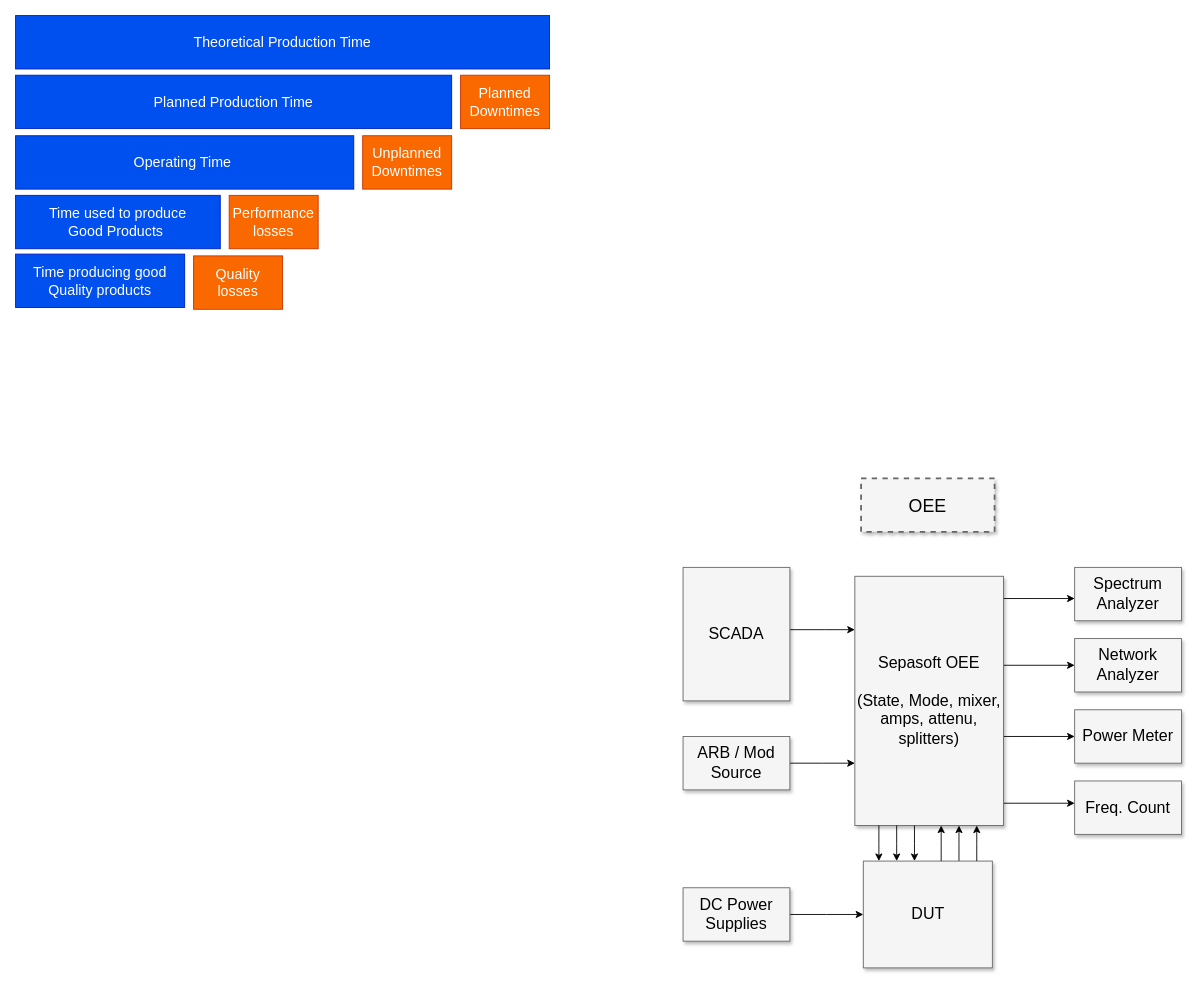
IlScottlI/docs keeps this draw.io diagram as OEE.drawio. Above is the earlier version. Source tidied: cells renumbered, new cells numbered last; positions are measured from the earlier drawing's top-left corner, leaving out a move shared by most shapes. Both pictures are drawn from the tidied source at 89%, with x=0, y=0 at pixel (15, 15).
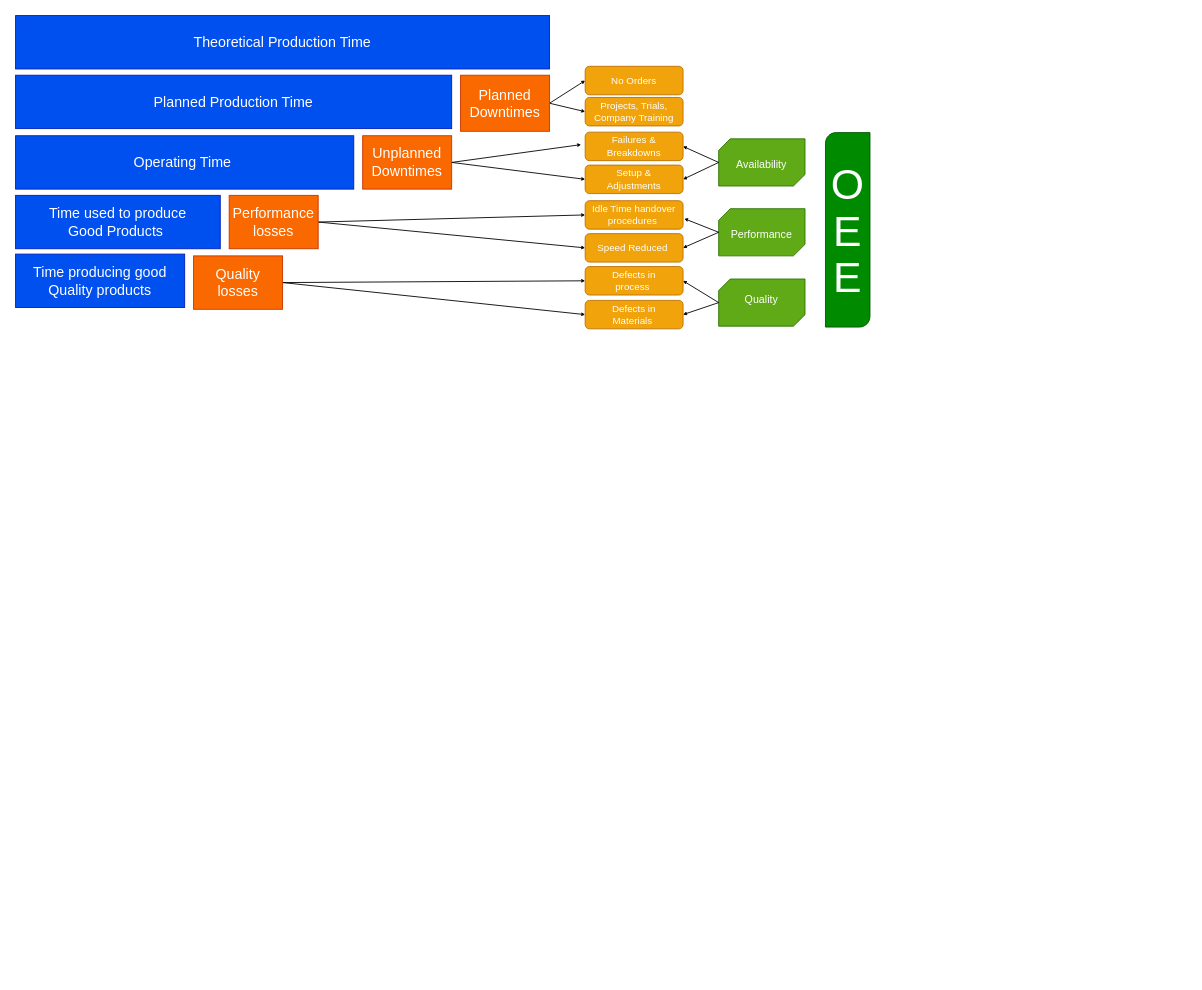
The same page after the edit.

Unchanged cells that the change refers to:
```xml
<mxCell id="31" value="Unplanned Downtimes" style="rounded=0;whiteSpace=wrap;html=1;fontSize=16;fillColor=#fa6800;strokeColor=#C73500;fontColor=#FFFFFF;" parent="1" vertex="1">
  <mxGeometry x="390" y="135" width="100" height="60" as="geometry" />
</mxCell>
<mxCell id="32" value="Performance losses" style="rounded=0;whiteSpace=wrap;html=1;fontSize=16;fillColor=#fa6800;strokeColor=#C73500;fontColor=#FFFFFF;" parent="1" vertex="1">
  <mxGeometry x="240" y="202" width="100" height="60" as="geometry" />
</mxCell>
<mxCell id="33" value="Quality losses" style="rounded=0;whiteSpace=wrap;html=1;fontSize=16;fillColor=#fa6800;strokeColor=#C73500;fontColor=#FFFFFF;" parent="1" vertex="1">
  <mxGeometry x="200" y="270" width="100" height="60" as="geometry" />
</mxCell>
```

Diff of the diagram source:
```diff
@@
-    <mxCell id="2" value="OEE" style="whiteSpace=wrap;html=1;shadow=1;fontSize=20;fillColor=#f5f5f5;strokeColor=#666666;strokeWidth=2;dashed=1;" parent="1" vertex="1">
-      <mxGeometry x="950" y="520" width="150" height="60" as="geometry" />
-    </mxCell>
-    <mxCell id="3" style="edgeStyle=elbowEdgeStyle;rounded=0;html=1;startArrow=none;startFill=0;jettySize=auto;fontSize=18;elbow=vertical;" parent="1" edge="1" source="8" target="9">
-      <mxGeometry relative="1" as="geometry" />
-    </mxCell>
-    <mxCell id="4" style="edgeStyle=elbowEdgeStyle;rounded=0;html=1;startArrow=none;startFill=0;jettySize=auto;fontSize=18;elbow=vertical;" parent="1" edge="1" source="8" target="10">
-      <mxGeometry relative="1" as="geometry" />
-    </mxCell>
-    <mxCell id="5" style="edgeStyle=elbowEdgeStyle;rounded=0;html=1;startArrow=none;startFill=0;jettySize=auto;fontSize=18;elbow=vertical;" parent="1" edge="1" source="8" target="11">
-      <mxGeometry relative="1" as="geometry" />
-    </mxCell>
-    <mxCell id="6" style="edgeStyle=elbowEdgeStyle;rounded=0;html=1;startArrow=none;startFill=0;jettySize=auto;fontSize=18;elbow=vertical;" parent="1" edge="1" source="8" target="12">
-      <mxGeometry relative="1" as="geometry" />
-    </mxCell>
-    <mxCell id="7" style="edgeStyle=elbowEdgeStyle;rounded=0;html=1;startArrow=none;startFill=0;jettySize=auto;fontSize=18;" parent="1" edge="1" source="17" target="8">
-      <mxGeometry relative="1" as="geometry">
-        <Array as="points">
-          <mxPoint x="1060" y="930" />
-        </Array>
-      </mxGeometry>
-    </mxCell>
-    <mxCell id="8" value="Sepasoft OEE&lt;div&gt;&lt;br&gt;&lt;/div&gt;&lt;div&gt;(State, Mode, mixer, amps, attenu, splitters)&lt;/div&gt;" style="whiteSpace=wrap;html=1;shadow=1;fontSize=18;fillColor=#f5f5f5;strokeColor=#666666;" parent="1" vertex="1">
-      <mxGeometry x="943" y="630" width="167" height="280" as="geometry" />
-    </mxCell>
-    <mxCell id="9" value="Spectrum Analyzer" style="whiteSpace=wrap;html=1;shadow=1;fontSize=18;fillColor=#f5f5f5;strokeColor=#666666;" parent="1" vertex="1">
-      <mxGeometry x="1190" y="620" width="120" height="60" as="geometry" />
-    </mxCell>
-    <mxCell id="10" value="Network Analyzer" style="whiteSpace=wrap;html=1;shadow=1;fontSize=18;fillColor=#f5f5f5;strokeColor=#666666;" parent="1" vertex="1">
-      <mxGeometry x="1190" y="700" width="120" height="60" as="geometry" />
-    </mxCell>
-    <mxCell id="11" value="Power Meter" style="whiteSpace=wrap;html=1;shadow=1;fontSize=18;fillColor=#f5f5f5;strokeColor=#666666;" parent="1" vertex="1">
-      <mxGeometry x="1190" y="780" width="120" height="60" as="geometry" />
-    </mxCell>
-    <mxCell id="12" value="Freq. Count" style="whiteSpace=wrap;html=1;shadow=1;fontSize=18;fillColor=#f5f5f5;strokeColor=#666666;" parent="1" vertex="1">
-      <mxGeometry x="1190" y="860" width="120" height="60" as="geometry" />
-    </mxCell>
-    <mxCell id="13" style="edgeStyle=elbowEdgeStyle;rounded=0;html=1;startArrow=none;startFill=0;jettySize=auto;fontSize=18;elbow=vertical;" parent="1" edge="1" source="14" target="8">
-      <mxGeometry relative="1" as="geometry">
-        <Array as="points">
-          <mxPoint x="910" y="690" />
-        </Array>
-      </mxGeometry>
-    </mxCell>
-    <mxCell id="14" value="SCADA" style="whiteSpace=wrap;html=1;shadow=1;fontSize=18;fillColor=#f5f5f5;strokeColor=#666666;" parent="1" vertex="1">
-      <mxGeometry x="750" y="620" width="120" height="150" as="geometry" />
-    </mxCell>
-    <mxCell id="15" style="edgeStyle=elbowEdgeStyle;rounded=0;html=1;startArrow=none;startFill=0;jettySize=auto;fontSize=18;elbow=vertical;" parent="1" edge="1" source="16" target="8">
-      <mxGeometry relative="1" as="geometry" />
-    </mxCell>
-    <mxCell id="16" value="ARB / Mod Source" style="whiteSpace=wrap;html=1;shadow=1;fontSize=18;fillColor=#f5f5f5;strokeColor=#666666;" parent="1" vertex="1">
-      <mxGeometry x="750" y="810" width="120" height="60" as="geometry" />
-    </mxCell>
-    <mxCell id="17" value="DUT" style="whiteSpace=wrap;html=1;shadow=1;fontSize=18;fillColor=#f5f5f5;strokeColor=#666666;" parent="1" vertex="1">
-      <mxGeometry x="952.5" y="950" width="145" height="120" as="geometry" />
-    </mxCell>
-    <mxCell id="18" style="edgeStyle=elbowEdgeStyle;rounded=0;html=1;startArrow=none;startFill=0;jettySize=auto;fontSize=18;elbow=vertical;" parent="1" edge="1" source="19" target="17">
-      <mxGeometry relative="1" as="geometry" />
-    </mxCell>
-    <mxCell id="19" value="DC Power Supplies" style="whiteSpace=wrap;html=1;shadow=1;fontSize=18;fillColor=#f5f5f5;strokeColor=#666666;" parent="1" vertex="1">
-      <mxGeometry x="750" y="980" width="120" height="60" as="geometry" />
-    </mxCell>
-    <mxCell id="20" style="edgeStyle=elbowEdgeStyle;rounded=0;html=1;startArrow=none;startFill=0;jettySize=auto;fontSize=18;" parent="1" edge="1" source="17" target="8">
-      <mxGeometry relative="1" as="geometry">
-        <Array as="points">
-          <mxPoint x="1080" y="930" />
-          <mxPoint x="1060" y="930" />
-        </Array>
-      </mxGeometry>
-    </mxCell>
-    <mxCell id="21" style="edgeStyle=elbowEdgeStyle;rounded=0;html=1;startArrow=none;startFill=0;jettySize=auto;orthogonalLoop=1;fontSize=18;" parent="1" edge="1">
-      <mxGeometry relative="1" as="geometry">
-        <mxPoint x="1040" y="950" as="sourcePoint" />
-        <mxPoint x="1040" y="910" as="targetPoint" />
-        <Array as="points">
-          <mxPoint x="1040" y="930" />
-          <mxPoint x="1040" y="930" />
-        </Array>
-      </mxGeometry>
-    </mxCell>
-    <mxCell id="22" style="edgeStyle=elbowEdgeStyle;rounded=0;html=1;startArrow=none;startFill=0;jettySize=auto;orthogonalLoop=1;fontSize=18;" parent="1" edge="1">
-      <mxGeometry relative="1" as="geometry">
-        <mxPoint x="1010" y="910" as="sourcePoint" />
-        <mxPoint x="1010" y="950" as="targetPoint" />
-        <Array as="points">
-          <mxPoint x="1010" y="930" />
-          <mxPoint x="1040" y="940" />
-        </Array>
-      </mxGeometry>
-    </mxCell>
-    <mxCell id="23" style="edgeStyle=elbowEdgeStyle;rounded=0;html=1;startArrow=none;startFill=0;jettySize=auto;orthogonalLoop=1;fontSize=18;" parent="1" edge="1">
-      <mxGeometry relative="1" as="geometry">
-        <mxPoint x="990" y="910" as="sourcePoint" />
-        <mxPoint x="990" y="950" as="targetPoint" />
-        <Array as="points">
-          <mxPoint x="990" y="930" />
-          <mxPoint x="1020" y="940" />
-        </Array>
-      </mxGeometry>
-    </mxCell>
-    <mxCell id="24" style="edgeStyle=elbowEdgeStyle;rounded=0;html=1;startArrow=none;startFill=0;jettySize=auto;orthogonalLoop=1;fontSize=18;" parent="1" edge="1">
-      <mxGeometry relative="1" as="geometry">
-        <mxPoint x="970" y="910" as="sourcePoint" />
-        <mxPoint x="970" y="950" as="targetPoint" />
-        <Array as="points">
-          <mxPoint x="970" y="930" />
-          <mxPoint x="1000" y="940" />
-        </Array>
-      </mxGeometry>
-    </mxCell>
@@
+    <mxCell id="34" style="edgeStyle=none;rounded=0;jettySize=auto;html=1;exitX=1;exitY=0.5;exitDx=0;exitDy=0;entryX=0;entryY=0.5;entryDx=0;entryDy=0;fontSize=12;startSize=2;endSize=2;" parent="1" edge="1" source="30" target="41">
+      <mxGeometry relative="1" as="geometry" />
+    </mxCell>
+    <mxCell id="35" style="edgeStyle=none;shape=connector;rounded=0;jettySize=auto;html=1;exitX=1;exitY=0.5;exitDx=0;exitDy=0;entryX=0;entryY=0.5;entryDx=0;entryDy=0;labelBackgroundColor=default;strokeColor=default;align=center;verticalAlign=middle;fontFamily=Helvetica;fontSize=12;fontColor=default;endArrow=classic;startSize=2;endSize=2;" parent="1" edge="1" source="30" target="42">
+      <mxGeometry relative="1" as="geometry" />
+    </mxCell>
     <mxCell id="30" value="Planned Downtimes" style="rounded=0;whiteSpace=wrap;html=1;fontSize=16;fillColor=#fa6800;strokeColor=#C73500;fontColor=#FFFFFF;" parent="1" vertex="1">
-      <mxGeometry x="500" y="67" width="100" height="60" as="geometry" />
+      <mxGeometry x="500" y="67" width="100" height="63" as="geometry" />
     </mxCell>
+    <mxCell id="36" style="edgeStyle=none;shape=connector;rounded=0;jettySize=auto;html=1;exitX=1;exitY=0.5;exitDx=0;exitDy=0;entryX=0;entryY=0.5;entryDx=0;entryDy=0;labelBackgroundColor=default;strokeColor=default;align=center;verticalAlign=middle;fontFamily=Helvetica;fontSize=12;fontColor=default;endArrow=classic;startSize=2;endSize=2;" parent="1" edge="1" source="31" target="44">
+      <mxGeometry relative="1" as="geometry" />
+    </mxCell>
@@
+    <mxCell id="37" style="edgeStyle=none;shape=connector;rounded=0;jettySize=auto;html=1;exitX=1;exitY=0.5;exitDx=0;exitDy=0;entryX=0;entryY=0.5;entryDx=0;entryDy=0;labelBackgroundColor=default;strokeColor=default;align=center;verticalAlign=middle;fontFamily=Helvetica;fontSize=12;fontColor=default;endArrow=classic;startSize=2;endSize=2;" parent="1" edge="1" source="32" target="45">
+      <mxGeometry relative="1" as="geometry" />
+    </mxCell>
+    <mxCell id="38" style="edgeStyle=none;shape=connector;rounded=0;jettySize=auto;html=1;exitX=1;exitY=0.5;exitDx=0;exitDy=0;entryX=0;entryY=0.5;entryDx=0;entryDy=0;labelBackgroundColor=default;strokeColor=default;align=center;verticalAlign=middle;fontFamily=Helvetica;fontSize=12;fontColor=default;endArrow=classic;startSize=2;endSize=2;" parent="1" edge="1" source="32" target="46">
+      <mxGeometry relative="1" as="geometry" />
+    </mxCell>
@@
+    <mxCell id="39" style="edgeStyle=none;shape=connector;rounded=0;jettySize=auto;html=1;exitX=1;exitY=0.5;exitDx=0;exitDy=0;entryX=0;entryY=0.5;entryDx=0;entryDy=0;labelBackgroundColor=default;strokeColor=default;align=center;verticalAlign=middle;fontFamily=Helvetica;fontSize=12;fontColor=default;endArrow=classic;startSize=2;endSize=2;" parent="1" edge="1" source="33" target="47">
+      <mxGeometry relative="1" as="geometry" />
+    </mxCell>
+    <mxCell id="40" style="edgeStyle=none;shape=connector;rounded=0;jettySize=auto;html=1;exitX=1;exitY=0.5;exitDx=0;exitDy=0;entryX=0;entryY=0.5;entryDx=0;entryDy=0;labelBackgroundColor=default;strokeColor=default;align=center;verticalAlign=middle;fontFamily=Helvetica;fontSize=12;fontColor=default;endArrow=classic;startSize=2;endSize=2;" parent="1" edge="1" source="33" target="48">
+      <mxGeometry relative="1" as="geometry" />
+    </mxCell>
@@
+    <mxCell id="41" value="&lt;font style=&quot;font-size: 11px;&quot;&gt;No Orders&lt;/font&gt;" style="rounded=1;whiteSpace=wrap;html=1;fontSize=11;fillColor=#f0a30a;fontColor=#FFFFFF;strokeColor=#BD7000;spacing=0;spacingBottom=0;" parent="1" vertex="1">
+      <mxGeometry x="640" y="57" width="110" height="32" as="geometry" />
+    </mxCell>
+    <mxCell id="42" value="&lt;font style=&quot;font-size: 11px;&quot;&gt;Projects, Trials, Company Training&lt;/font&gt;" style="rounded=1;whiteSpace=wrap;html=1;fontSize=11;fillColor=#f0a30a;fontColor=#FFFFFF;strokeColor=#BD7000;spacing=0;spacingBottom=0;" parent="1" vertex="1">
+      <mxGeometry x="640" y="92" width="110" height="32" as="geometry" />
+    </mxCell>
+    <mxCell id="43" value="&lt;font style=&quot;font-size: 11px;&quot;&gt;Failures &amp;amp; Breakdowns&lt;/font&gt;" style="rounded=1;whiteSpace=wrap;html=1;fontSize=11;fillColor=#f0a30a;fontColor=#FFFFFF;strokeColor=#BD7000;spacing=0;spacingBottom=0;" parent="1" vertex="1">
+      <mxGeometry x="640" y="131" width="110" height="32" as="geometry" />
+    </mxCell>
+    <mxCell id="44" value="&lt;font style=&quot;font-size: 11px;&quot;&gt;Setup &amp;amp; Adjustments&lt;/font&gt;" style="rounded=1;whiteSpace=wrap;html=1;fontSize=11;fillColor=#f0a30a;fontColor=#FFFFFF;strokeColor=#BD7000;spacing=0;spacingBottom=0;spacingRight=10;spacingLeft=10;" parent="1" vertex="1">
+      <mxGeometry x="640" y="168" width="110" height="32" as="geometry" />
+    </mxCell>
+    <mxCell id="45" value="&lt;font style=&quot;font-size: 11px;&quot;&gt;Idle Time handover procedures&amp;nbsp;&lt;/font&gt;" style="rounded=1;whiteSpace=wrap;html=1;fontSize=11;fillColor=#f0a30a;fontColor=#FFFFFF;strokeColor=#BD7000;spacing=0;spacingBottom=0;" parent="1" vertex="1">
+      <mxGeometry x="640" y="208" width="110" height="32" as="geometry" />
+    </mxCell>
+    <mxCell id="46" value="&lt;font style=&quot;font-size: 11px;&quot;&gt;Speed Reduced&amp;nbsp;&lt;/font&gt;" style="rounded=1;whiteSpace=wrap;html=1;fontSize=11;fillColor=#f0a30a;fontColor=#FFFFFF;strokeColor=#BD7000;spacing=0;spacingBottom=0;" parent="1" vertex="1">
+      <mxGeometry x="640" y="245" width="110" height="32" as="geometry" />
+    </mxCell>
+    <mxCell id="47" value="&lt;font style=&quot;font-size: 11px;&quot;&gt;Defects in process&amp;nbsp;&lt;/font&gt;" style="rounded=1;whiteSpace=wrap;html=1;fontSize=11;fillColor=#f0a30a;fontColor=#FFFFFF;strokeColor=#BD7000;spacing=0;spacingBottom=0;spacingLeft=10;spacingRight=10;" parent="1" vertex="1">
+      <mxGeometry x="640" y="282" width="110" height="32" as="geometry" />
+    </mxCell>
+    <mxCell id="48" value="&lt;font style=&quot;font-size: 11px;&quot;&gt;Defects in Materials&amp;nbsp;&lt;/font&gt;" style="rounded=1;whiteSpace=wrap;html=1;fontSize=11;fillColor=#f0a30a;fontColor=#FFFFFF;strokeColor=#BD7000;spacing=0;spacingBottom=0;spacingLeft=10;spacingRight=10;" parent="1" vertex="1">
+      <mxGeometry x="640" y="320" width="110" height="32" as="geometry" />
+    </mxCell>
+    <mxCell id="49" style="edgeStyle=none;shape=connector;rounded=0;jettySize=auto;html=1;exitX=1;exitY=0.5;exitDx=0;exitDy=0;entryX=-0.041;entryY=0.437;entryDx=0;entryDy=0;entryPerimeter=0;labelBackgroundColor=default;strokeColor=default;align=center;verticalAlign=middle;fontFamily=Helvetica;fontSize=12;fontColor=default;endArrow=classic;startSize=2;endSize=2;" parent="1" edge="1" source="31" target="43">
+      <mxGeometry relative="1" as="geometry" />
+    </mxCell>
+    <mxCell id="50" style="group;" parent="1" vertex="1">
+      <mxGeometry x="790" y="217" width="97" height="53" as="geometry" />
+    </mxCell>
+    <mxCell id="51" style="verticalLabelPosition=bottom;verticalAlign=top;html=1;shape=mxgraph.basic.diag_snip_rect;dx=6.49;whiteSpace=wrap;fontFamily=Helvetica;fontSize=12;fontColor=#ffffff;fillColor=#60a917;strokeColor=#2D7600;rotation=-180;" parent="50" vertex="1">
+      <mxGeometry width="97" height="53" as="geometry" />
+    </mxCell>
+    <mxCell id="52" value="Performance&amp;nbsp;" style="text;html=1;strokeColor=none;fillColor=none;align=center;verticalAlign=middle;whiteSpace=wrap;rounded=0;fontSize=12;fontFamily=Helvetica;fontColor=#FFFFFF;" parent="50" vertex="1">
+      <mxGeometry x="20" y="14" width="60" height="30" as="geometry" />
+    </mxCell>
+    <mxCell id="53" style="group;" parent="1" vertex="1">
+      <mxGeometry x="790" y="138.5" width="97" height="53" as="geometry" />
+    </mxCell>
+    <mxCell id="54" style="verticalLabelPosition=bottom;verticalAlign=top;html=1;shape=mxgraph.basic.diag_snip_rect;dx=6.49;whiteSpace=wrap;fontFamily=Helvetica;fontSize=12;fontColor=#ffffff;fillColor=#60a917;strokeColor=#2D7600;rotation=-180;" parent="53" vertex="1">
+      <mxGeometry width="97" height="53" as="geometry" />
+    </mxCell>
+    <mxCell id="55" value="Availability&amp;nbsp;" style="text;html=1;strokeColor=none;fillColor=none;align=center;verticalAlign=middle;whiteSpace=wrap;rounded=0;fontSize=12;fontFamily=Helvetica;fontColor=#FFFFFF;" parent="53" vertex="1">
+      <mxGeometry x="20" y="14" width="60" height="30" as="geometry" />
+    </mxCell>
+    <mxCell id="56" style="group;" parent="1" vertex="1">
+      <mxGeometry x="790" y="290" width="97" height="53" as="geometry" />
+    </mxCell>
+    <mxCell id="57" style="verticalLabelPosition=bottom;verticalAlign=top;html=1;shape=mxgraph.basic.diag_snip_rect;dx=6.49;whiteSpace=wrap;fontFamily=Helvetica;fontSize=12;fontColor=#ffffff;fillColor=#60a917;strokeColor=#2D7600;rotation=-180;" parent="56" vertex="1">
+      <mxGeometry y="6" width="97" height="53" as="geometry" />
+    </mxCell>
+    <mxCell id="58" value="Quality&amp;nbsp;" style="text;html=1;strokeColor=none;fillColor=none;align=center;verticalAlign=middle;whiteSpace=wrap;rounded=0;fontSize=12;fontFamily=Helvetica;fontColor=#FFFFFF;" parent="56" vertex="1">
+      <mxGeometry x="20" y="14" width="60" height="30" as="geometry" />
+    </mxCell>
+    <mxCell id="59" style="edgeStyle=none;shape=connector;rounded=0;jettySize=auto;html=1;exitX=1;exitY=0.5;exitDx=0;exitDy=0;exitPerimeter=0;entryX=1;entryY=0.5;entryDx=0;entryDy=0;labelBackgroundColor=default;strokeColor=default;align=center;verticalAlign=middle;fontFamily=Helvetica;fontSize=12;fontColor=default;endArrow=classic;startSize=2;endSize=2;" parent="1" edge="1" source="54" target="43">
+      <mxGeometry relative="1" as="geometry" />
+    </mxCell>
+    <mxCell id="60" style="edgeStyle=none;shape=connector;rounded=0;jettySize=auto;html=1;exitX=1;exitY=0.5;exitDx=0;exitDy=0;exitPerimeter=0;entryX=1;entryY=0.5;entryDx=0;entryDy=0;labelBackgroundColor=default;strokeColor=default;align=center;verticalAlign=middle;fontFamily=Helvetica;fontSize=12;fontColor=default;endArrow=classic;startSize=2;endSize=2;" parent="1" edge="1" source="54" target="44">
+      <mxGeometry relative="1" as="geometry" />
+    </mxCell>
+    <mxCell id="61" style="edgeStyle=none;shape=connector;rounded=0;jettySize=auto;html=1;exitX=1;exitY=0.5;exitDx=0;exitDy=0;exitPerimeter=0;entryX=1.012;entryY=0.63;entryDx=0;entryDy=0;entryPerimeter=0;labelBackgroundColor=default;strokeColor=default;align=center;verticalAlign=middle;fontFamily=Helvetica;fontSize=12;fontColor=default;endArrow=classic;startSize=2;endSize=2;" parent="1" edge="1" source="51" target="45">
+      <mxGeometry relative="1" as="geometry" />
+    </mxCell>
+    <mxCell id="62" style="edgeStyle=none;shape=connector;rounded=0;jettySize=auto;html=1;exitX=1;exitY=0.5;exitDx=0;exitDy=0;exitPerimeter=0;entryX=1;entryY=0.5;entryDx=0;entryDy=0;labelBackgroundColor=default;strokeColor=default;align=center;verticalAlign=middle;fontFamily=Helvetica;fontSize=12;fontColor=default;endArrow=classic;startSize=2;endSize=2;" parent="1" edge="1" source="51" target="46">
+      <mxGeometry relative="1" as="geometry" />
+    </mxCell>
+    <mxCell id="63" style="edgeStyle=none;shape=connector;rounded=0;jettySize=auto;html=1;exitX=1;exitY=0.5;exitDx=0;exitDy=0;exitPerimeter=0;entryX=1;entryY=0.5;entryDx=0;entryDy=0;labelBackgroundColor=default;strokeColor=default;align=center;verticalAlign=middle;fontFamily=Helvetica;fontSize=12;fontColor=default;endArrow=classic;startSize=2;endSize=2;" parent="1" edge="1" source="57" target="48">
+      <mxGeometry relative="1" as="geometry" />
+    </mxCell>
+    <mxCell id="64" style="edgeStyle=none;shape=connector;rounded=0;jettySize=auto;html=1;exitX=1;exitY=0.5;exitDx=0;exitDy=0;exitPerimeter=0;entryX=1;entryY=0.5;entryDx=0;entryDy=0;labelBackgroundColor=default;strokeColor=default;align=center;verticalAlign=middle;fontFamily=Helvetica;fontSize=12;fontColor=default;endArrow=classic;startSize=2;endSize=2;" parent="1" edge="1" source="57" target="47">
+      <mxGeometry relative="1" as="geometry" />
+    </mxCell>
+    <mxCell id="65" style="verticalLabelPosition=bottom;verticalAlign=top;html=1;shape=mxgraph.basic.diag_round_rect;dx=6;whiteSpace=wrap;fontFamily=Helvetica;fontSize=12;fontColor=#ffffff;fillColor=#008a00;strokeColor=#005700;" parent="1" vertex="1">
+      <mxGeometry x="910" y="131.5" width="50" height="218.5" as="geometry" />
+    </mxCell>
+    <mxCell id="66" value="&lt;p style=&quot;line-height: 80%;&quot;&gt;&lt;font style=&quot;font-size: 48px;&quot;&gt;O&lt;br&gt;E&lt;br&gt;E&lt;/font&gt;&lt;br&gt;&lt;/p&gt;" style="text;html=1;strokeColor=none;fillColor=none;align=center;verticalAlign=middle;whiteSpace=wrap;rounded=0;fontSize=60;fontFamily=Helvetica;fontColor=#FFFFFF;" parent="1" vertex="1">
+      <mxGeometry x="920" y="150" width="30" height="180" as="geometry" />
+    </mxCell>
```
